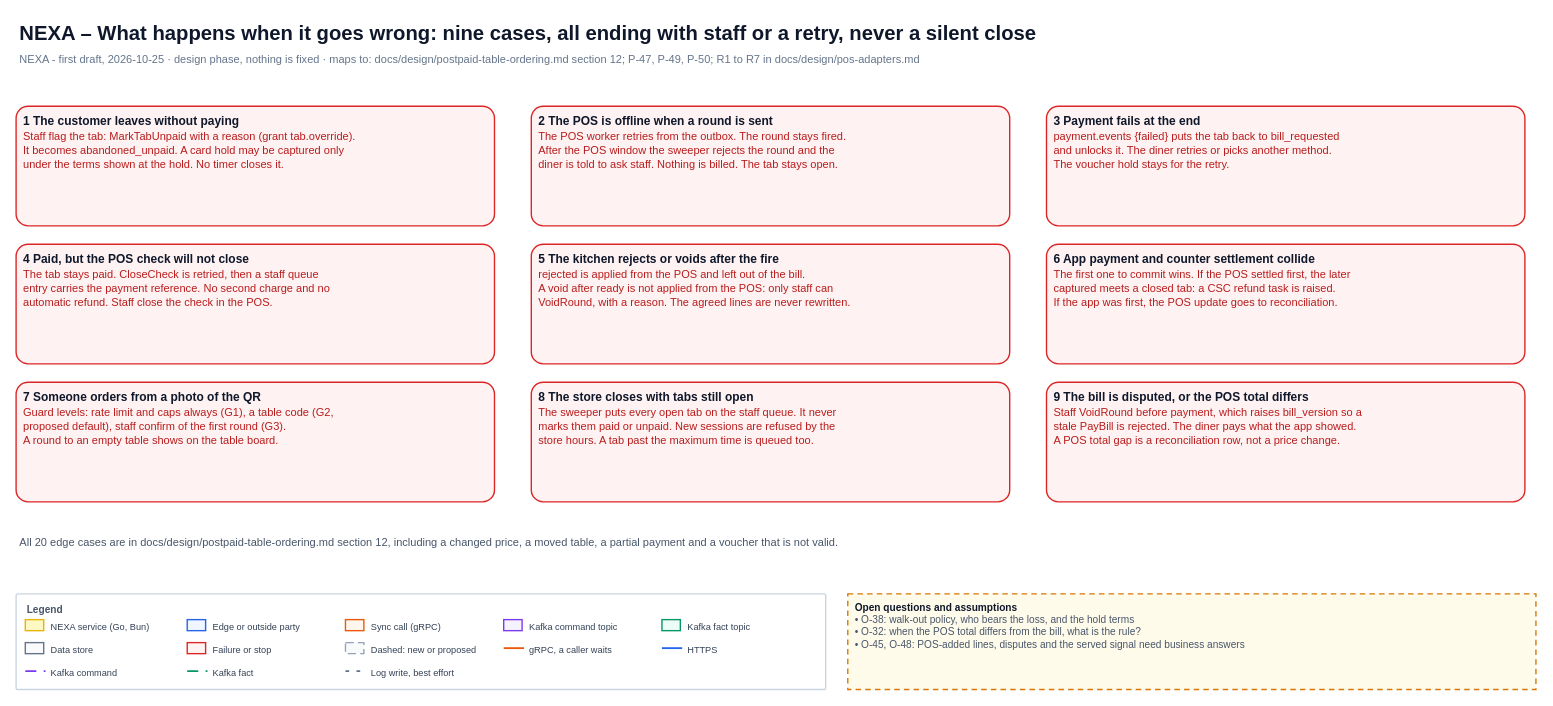
Above: page "5 Failures and edge cases" (5 of 6) of diagrams/13-postpaid-table-ordering.drawio in Leakageonthelamp/nexa-platform-achitecture (draw.io), before the change. Source tidied: cells renumbered, new cells numbered last; positions are measured from the earlier drawing's top-left corner, leaving out a move shared by most shapes. Both pictures are drawn from the tidied source at 92%, with x=0, y=0 at pixel (16, 16).
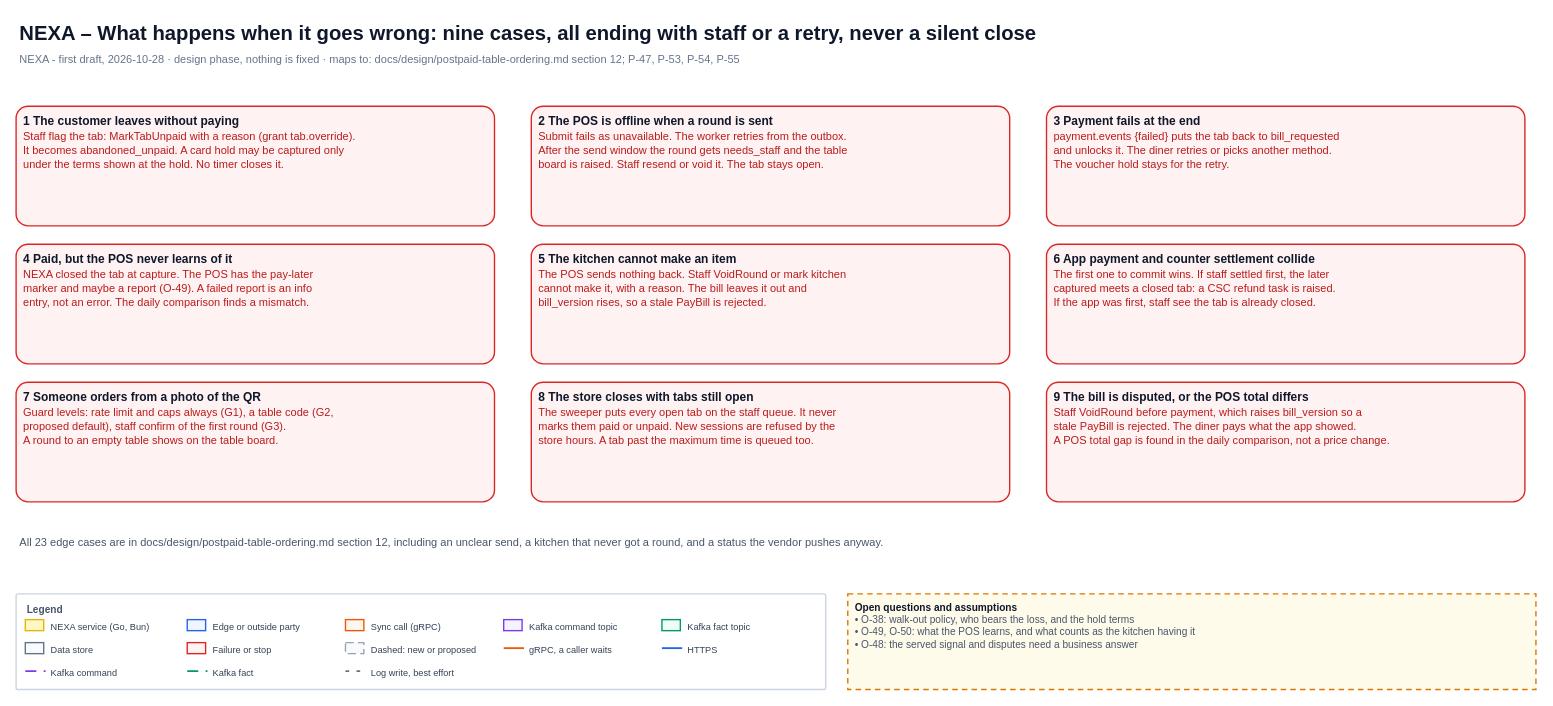
The same page after the edit.

The edit, as a diff of the source:
```diff
@@
-    <mxCell id="3" value="NEXA - first draft, 2026-10-25 &amp;#183; design phase, nothing is fixed &amp;#183; maps to: docs/design/postpaid-table-ordering.md section 12; P-47, P-49, P-50; R1 to R7 in docs/design/pos-adapters.md" style="html=1;whiteSpace=wrap;fontFamily=Helvetica;text;strokeColor=none;fillColor=none;align=left;verticalAlign=top;fontSize=12;fontColor=#64748B;spacingLeft=2;spacingRight=2;spacingTop=0;spacingBottom=0;" parent="1" vertex="1">
+    <mxCell id="3" value="NEXA - first draft, 2026-10-28 &amp;#183; design phase, nothing is fixed &amp;#183; maps to: docs/design/postpaid-table-ordering.md section 12; P-47, P-53, P-54, P-55" style="html=1;whiteSpace=wrap;fontFamily=Helvetica;text;strokeColor=none;fillColor=none;align=left;verticalAlign=top;fontSize=12;fontColor=#64748B;spacingLeft=2;spacingRight=2;spacingTop=0;spacingBottom=0;" parent="1" vertex="1">
       <mxGeometry y="34" width="1652" height="22" as="geometry" />
     </mxCell>
@@
-    <mxCell id="31" value="&lt;b&gt;Open questions and assumptions&lt;/b&gt;&lt;br&gt;&lt;font style=&quot;font-size:11px&quot; color=&quot;#475569&quot;&gt;&amp;#8226; O-38: walk-out policy, who bears the loss, and the hold terms&lt;br&gt;&amp;#8226; O-32: when the POS total differs from the bill, what is the rule?&lt;br&gt;&amp;#8226; O-45, O-48: POS-added lines, disputes and the served signal need business answers&lt;/font&gt;" style="html=1;whiteSpace=wrap;fontFamily=Helvetica;rounded=0;fontSize=11;fontColor=#0F172A;strokeColor=#CBD5E1;fillColor=#FFFFFF;strokeWidth=1.5;align=left;verticalAlign=top;spacingLeft=6;spacingRight=6;spacingTop=2;spacingBottom=2;dashed=1;dashPattern=4 3;fillColor=#FFFBEB;strokeColor=#D97706;" parent="1" vertex="1">
+    <mxCell id="31" value="&lt;b&gt;Open questions and assumptions&lt;/b&gt;&lt;br&gt;&lt;font style=&quot;font-size:11px&quot; color=&quot;#475569&quot;&gt;&amp;#8226; O-38: walk-out policy, who bears the loss, and the hold terms&lt;br&gt;&amp;#8226; O-49, O-50: what the POS learns, and what counts as the kitchen having it&lt;br&gt;&amp;#8226; O-48: the served signal and disputes need a business answer&lt;/font&gt;" style="html=1;whiteSpace=wrap;fontFamily=Helvetica;rounded=0;fontSize=11;fontColor=#0F172A;strokeColor=#CBD5E1;fillColor=#FFFFFF;strokeWidth=1.5;align=left;verticalAlign=top;spacingLeft=6;spacingRight=6;spacingTop=2;spacingBottom=2;dashed=1;dashPattern=4 3;fillColor=#FFFBEB;strokeColor=#D97706;" parent="1" vertex="1">
       <mxGeometry x="904" y="628" width="748" height="104" as="geometry" />
     </mxCell>
@@
-    <mxCell id="33" value="&lt;b&gt;2 The POS is offline when a round is sent&lt;/b&gt;&lt;br&gt;&lt;font style=&quot;font-size:12px&quot; color=&quot;#B91C1C&quot;&gt;The POS worker retries from the outbox. The round stays fired.&lt;/font&gt;&lt;br&gt;&lt;font style=&quot;font-size:12px&quot; color=&quot;#B91C1C&quot;&gt;After the POS window the sweeper rejects the round and the&lt;/font&gt;&lt;br&gt;&lt;font style=&quot;font-size:12px&quot; color=&quot;#B91C1C&quot;&gt;diner is told to ask staff. Nothing is billed. The tab stays open.&lt;/font&gt;" style="html=1;whiteSpace=wrap;fontFamily=Helvetica;rounded=1;arcSize=10;fontSize=13;fontColor=#0F172A;strokeColor=#DC2626;fillColor=#FEF2F2;strokeWidth=1.5;align=left;verticalAlign=top;spacingLeft=6;spacingRight=6;spacingTop=2;spacingBottom=2;" parent="1" vertex="1">
+    <mxCell id="33" value="&lt;b&gt;2 The POS is offline when a round is sent&lt;/b&gt;&lt;br&gt;&lt;font style=&quot;font-size:12px&quot; color=&quot;#B91C1C&quot;&gt;Submit fails as unavailable. The worker retries from the outbox.&lt;/font&gt;&lt;br&gt;&lt;font style=&quot;font-size:12px&quot; color=&quot;#B91C1C&quot;&gt;After the send window the round gets needs_staff and the table&lt;/font&gt;&lt;br&gt;&lt;font style=&quot;font-size:12px&quot; color=&quot;#B91C1C&quot;&gt;board is raised. Staff resend or void it. The tab stays open.&lt;/font&gt;" style="html=1;whiteSpace=wrap;fontFamily=Helvetica;rounded=1;arcSize=10;fontSize=13;fontColor=#0F172A;strokeColor=#DC2626;fillColor=#FEF2F2;strokeWidth=1.5;align=left;verticalAlign=top;spacingLeft=6;spacingRight=6;spacingTop=2;spacingBottom=2;" parent="1" vertex="1">
       <mxGeometry x="560" y="98" width="520" height="130" as="geometry" />
     </mxCell>
@@
-    <mxCell id="35" value="&lt;b&gt;4 Paid, but the POS check will not close&lt;/b&gt;&lt;br&gt;&lt;font style=&quot;font-size:12px&quot; color=&quot;#B91C1C&quot;&gt;The tab stays paid. CloseCheck is retried, then a staff queue&lt;/font&gt;&lt;br&gt;&lt;font style=&quot;font-size:12px&quot; color=&quot;#B91C1C&quot;&gt;entry carries the payment reference. No second charge and no&lt;/font&gt;&lt;br&gt;&lt;font style=&quot;font-size:12px&quot; color=&quot;#B91C1C&quot;&gt;automatic refund. Staff close the check in the POS.&lt;/font&gt;" style="html=1;whiteSpace=wrap;fontFamily=Helvetica;rounded=1;arcSize=10;fontSize=13;fontColor=#0F172A;strokeColor=#DC2626;fillColor=#FEF2F2;strokeWidth=1.5;align=left;verticalAlign=top;spacingLeft=6;spacingRight=6;spacingTop=2;spacingBottom=2;" parent="1" vertex="1">
+    <mxCell id="35" value="&lt;b&gt;4 Paid, but the POS never learns of it&lt;/b&gt;&lt;br&gt;&lt;font style=&quot;font-size:12px&quot; color=&quot;#B91C1C&quot;&gt;NEXA closed the tab at capture. The POS has the pay-later&lt;/font&gt;&lt;br&gt;&lt;font style=&quot;font-size:12px&quot; color=&quot;#B91C1C&quot;&gt;marker and maybe a report (O-49). A failed report is an info&lt;/font&gt;&lt;br&gt;&lt;font style=&quot;font-size:12px&quot; color=&quot;#B91C1C&quot;&gt;entry, not an error. The daily comparison finds a mismatch.&lt;/font&gt;" style="html=1;whiteSpace=wrap;fontFamily=Helvetica;rounded=1;arcSize=10;fontSize=13;fontColor=#0F172A;strokeColor=#DC2626;fillColor=#FEF2F2;strokeWidth=1.5;align=left;verticalAlign=top;spacingLeft=6;spacingRight=6;spacingTop=2;spacingBottom=2;" parent="1" vertex="1">
       <mxGeometry y="248" width="520" height="130" as="geometry" />
     </mxCell>
-    <mxCell id="36" value="&lt;b&gt;5 The kitchen rejects or voids after the fire&lt;/b&gt;&lt;br&gt;&lt;font style=&quot;font-size:12px&quot; color=&quot;#B91C1C&quot;&gt;rejected is applied from the POS and left out of the bill.&lt;/font&gt;&lt;br&gt;&lt;font style=&quot;font-size:12px&quot; color=&quot;#B91C1C&quot;&gt;A void after ready is not applied from the POS: only staff can&lt;/font&gt;&lt;br&gt;&lt;font style=&quot;font-size:12px&quot; color=&quot;#B91C1C&quot;&gt;VoidRound, with a reason. The agreed lines are never rewritten.&lt;/font&gt;" style="html=1;whiteSpace=wrap;fontFamily=Helvetica;rounded=1;arcSize=10;fontSize=13;fontColor=#0F172A;strokeColor=#DC2626;fillColor=#FEF2F2;strokeWidth=1.5;align=left;verticalAlign=top;spacingLeft=6;spacingRight=6;spacingTop=2;spacingBottom=2;" parent="1" vertex="1">
+    <mxCell id="36" value="&lt;b&gt;5 The kitchen cannot make an item&lt;/b&gt;&lt;br&gt;&lt;font style=&quot;font-size:12px&quot; color=&quot;#B91C1C&quot;&gt;The POS sends nothing back. Staff VoidRound or mark kitchen&lt;/font&gt;&lt;br&gt;&lt;font style=&quot;font-size:12px&quot; color=&quot;#B91C1C&quot;&gt;cannot make it, with a reason. The bill leaves it out and&lt;/font&gt;&lt;br&gt;&lt;font style=&quot;font-size:12px&quot; color=&quot;#B91C1C&quot;&gt;bill_version rises, so a stale PayBill is rejected.&lt;/font&gt;" style="html=1;whiteSpace=wrap;fontFamily=Helvetica;rounded=1;arcSize=10;fontSize=13;fontColor=#0F172A;strokeColor=#DC2626;fillColor=#FEF2F2;strokeWidth=1.5;align=left;verticalAlign=top;spacingLeft=6;spacingRight=6;spacingTop=2;spacingBottom=2;" parent="1" vertex="1">
       <mxGeometry x="560" y="248" width="520" height="130" as="geometry" />
     </mxCell>
-    <mxCell id="37" value="&lt;b&gt;6 App payment and counter settlement collide&lt;/b&gt;&lt;br&gt;&lt;font style=&quot;font-size:12px&quot; color=&quot;#B91C1C&quot;&gt;The first one to commit wins. If the POS settled first, the later&lt;/font&gt;&lt;br&gt;&lt;font style=&quot;font-size:12px&quot; color=&quot;#B91C1C&quot;&gt;captured meets a closed tab: a CSC refund task is raised.&lt;/font&gt;&lt;br&gt;&lt;font style=&quot;font-size:12px&quot; color=&quot;#B91C1C&quot;&gt;If the app was first, the POS update goes to reconciliation.&lt;/font&gt;" style="html=1;whiteSpace=wrap;fontFamily=Helvetica;rounded=1;arcSize=10;fontSize=13;fontColor=#0F172A;strokeColor=#DC2626;fillColor=#FEF2F2;strokeWidth=1.5;align=left;verticalAlign=top;spacingLeft=6;spacingRight=6;spacingTop=2;spacingBottom=2;" parent="1" vertex="1">
+    <mxCell id="37" value="&lt;b&gt;6 App payment and counter settlement collide&lt;/b&gt;&lt;br&gt;&lt;font style=&quot;font-size:12px&quot; color=&quot;#B91C1C&quot;&gt;The first one to commit wins. If staff settled first, the later&lt;/font&gt;&lt;br&gt;&lt;font style=&quot;font-size:12px&quot; color=&quot;#B91C1C&quot;&gt;captured meets a closed tab: a CSC refund task is raised.&lt;/font&gt;&lt;br&gt;&lt;font style=&quot;font-size:12px&quot; color=&quot;#B91C1C&quot;&gt;If the app was first, staff see the tab is already closed.&lt;/font&gt;" style="html=1;whiteSpace=wrap;fontFamily=Helvetica;rounded=1;arcSize=10;fontSize=13;fontColor=#0F172A;strokeColor=#DC2626;fillColor=#FEF2F2;strokeWidth=1.5;align=left;verticalAlign=top;spacingLeft=6;spacingRight=6;spacingTop=2;spacingBottom=2;" parent="1" vertex="1">
       <mxGeometry x="1120" y="248" width="520" height="130" as="geometry" />
     </mxCell>
@@
-    <mxCell id="40" value="&lt;b&gt;9 The bill is disputed, or the POS total differs&lt;/b&gt;&lt;br&gt;&lt;font style=&quot;font-size:12px&quot; color=&quot;#B91C1C&quot;&gt;Staff VoidRound before payment, which raises bill_version so a&lt;/font&gt;&lt;br&gt;&lt;font style=&quot;font-size:12px&quot; color=&quot;#B91C1C&quot;&gt;stale PayBill is rejected. The diner pays what the app showed.&lt;/font&gt;&lt;br&gt;&lt;font style=&quot;font-size:12px&quot; color=&quot;#B91C1C&quot;&gt;A POS total gap is a reconciliation row, not a price change.&lt;/font&gt;" style="html=1;whiteSpace=wrap;fontFamily=Helvetica;rounded=1;arcSize=10;fontSize=13;fontColor=#0F172A;strokeColor=#DC2626;fillColor=#FEF2F2;strokeWidth=1.5;align=left;verticalAlign=top;spacingLeft=6;spacingRight=6;spacingTop=2;spacingBottom=2;" parent="1" vertex="1">
+    <mxCell id="40" value="&lt;b&gt;9 The bill is disputed, or the POS total differs&lt;/b&gt;&lt;br&gt;&lt;font style=&quot;font-size:12px&quot; color=&quot;#B91C1C&quot;&gt;Staff VoidRound before payment, which raises bill_version so a&lt;/font&gt;&lt;br&gt;&lt;font style=&quot;font-size:12px&quot; color=&quot;#B91C1C&quot;&gt;stale PayBill is rejected. The diner pays what the app showed.&lt;/font&gt;&lt;br&gt;&lt;font style=&quot;font-size:12px&quot; color=&quot;#B91C1C&quot;&gt;A POS total gap is found in the daily comparison, not a price change.&lt;/font&gt;" style="html=1;whiteSpace=wrap;fontFamily=Helvetica;rounded=1;arcSize=10;fontSize=13;fontColor=#0F172A;strokeColor=#DC2626;fillColor=#FEF2F2;strokeWidth=1.5;align=left;verticalAlign=top;spacingLeft=6;spacingRight=6;spacingTop=2;spacingBottom=2;" parent="1" vertex="1">
       <mxGeometry x="1120" y="398" width="520" height="130" as="geometry" />
     </mxCell>
-    <mxCell id="41" value="All 20 edge cases are in docs/design/postpaid-table-ordering.md section 12, including a changed price, a moved table, a partial payment and a voucher that is not valid." style="html=1;whiteSpace=wrap;fontFamily=Helvetica;text;strokeColor=none;fillColor=none;align=left;verticalAlign=top;fontSize=12;fontColor=#475569;spacingLeft=2;spacingRight=2;spacingTop=0;spacingBottom=0;" parent="1" vertex="1">
+    <mxCell id="41" value="All 23 edge cases are in docs/design/postpaid-table-ordering.md section 12, including an unclear send, a kitchen that never got a round, and a status the vendor pushes anyway." style="html=1;whiteSpace=wrap;fontFamily=Helvetica;text;strokeColor=none;fillColor=none;align=left;verticalAlign=top;fontSize=12;fontColor=#475569;spacingLeft=2;spacingRight=2;spacingTop=0;spacingBottom=0;" parent="1" vertex="1">
       <mxGeometry y="558" width="1650" height="22" as="geometry" />
     </mxCell>
```
